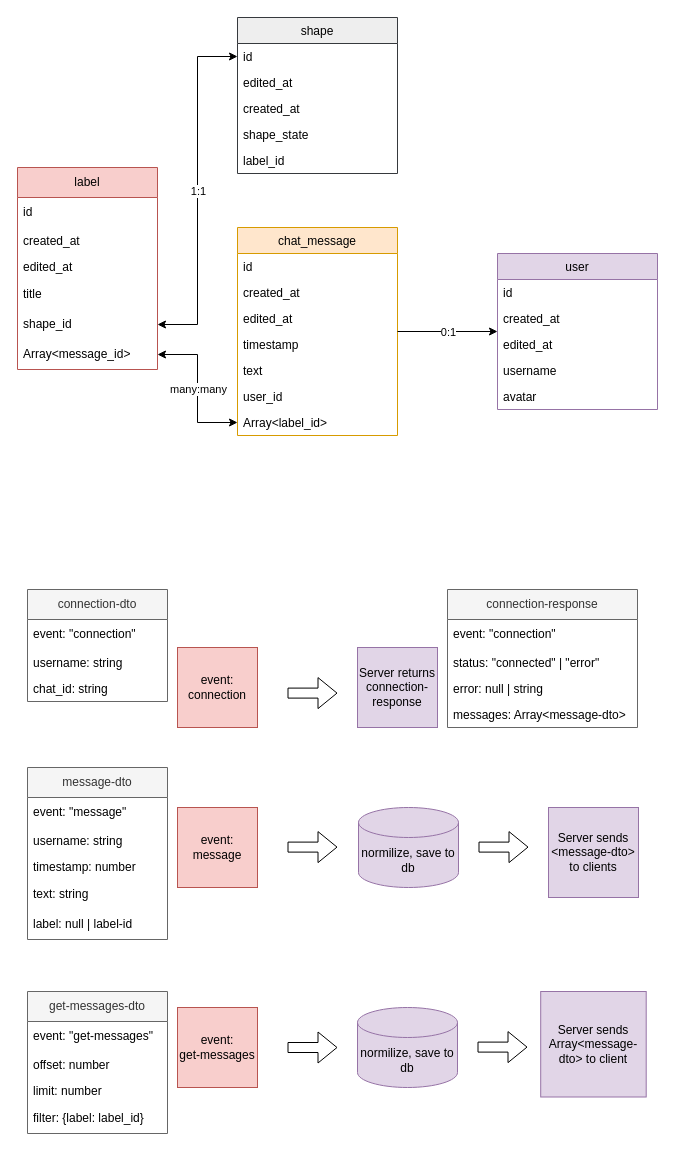
Before: squeezer.drawio in bestsvetny/squeezer, a draw.io diagram. Source tidied: cells renumbered, new cells numbered last; positions are measured from the earlier drawing's top-left corner, leaving out a move shared by most shapes. Both pictures are drawn from the tidied source at 100%, with x=0, y=0 at pixel (17, 17).
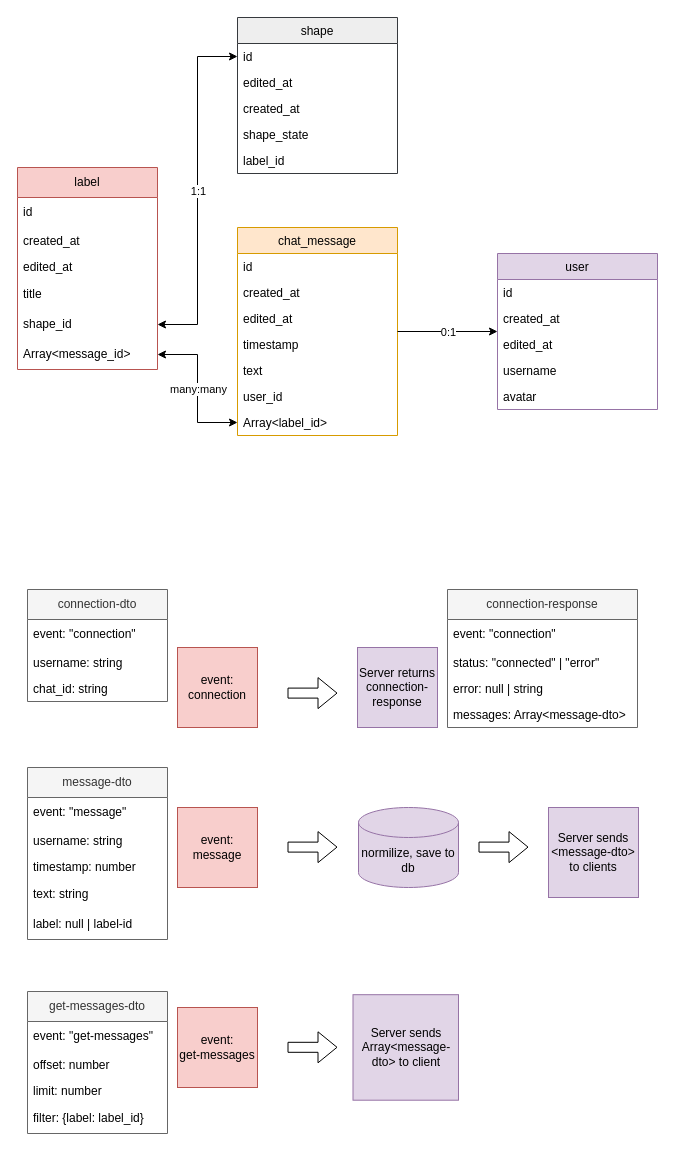
After the change.

Diff of the diagram source:
```diff
@@
-    <mxCell id="60" style="shape=flexArrow;endArrow=classic;html=1;rounded=0;" parent="1" edge="1">
-      <mxGeometry relative="1" as="geometry">
-        <mxPoint x="270" y="1030" as="sourcePoint" />
-        <mxPoint x="320" y="1030" as="targetPoint" />
-      </mxGeometry>
-    </mxCell>
     <mxCell id="61" value="Server sends Array&amp;lt;message-dto&amp;gt; to client" style="whiteSpace=wrap;html=1;fillColor=#e1d5e7;strokeColor=#9673a6;" parent="1" vertex="1">
-      <mxGeometry x="523.2" y="974" width="105.5" height="105.5" as="geometry" />
+      <mxGeometry x="335.5" y="977.2" width="105.5" height="105.5" as="geometry" />
     </mxCell>
-    <mxCell id="62" value="normilize, save to db" style="shape=cylinder3;whiteSpace=wrap;html=1;boundedLbl=1;backgroundOutline=1;size=15;fillColor=#e1d5e7;strokeColor=#9673a6;" parent="1" vertex="1">
-      <mxGeometry x="340" y="990" width="100" height="80" as="geometry" />
-    </mxCell>
     <mxCell id="63" style="shape=flexArrow;endArrow=classic;html=1;rounded=0;" parent="1" edge="1">
       <mxGeometry relative="1" as="geometry">
-        <mxPoint x="460" y="1029.6" as="sourcePoint" />
-        <mxPoint x="510" y="1029.6" as="targetPoint" />
+        <mxPoint x="270" y="1029.8" as="sourcePoint" />
+        <mxPoint x="320" y="1029.8" as="targetPoint" />
       </mxGeometry>
     </mxCell>
```
